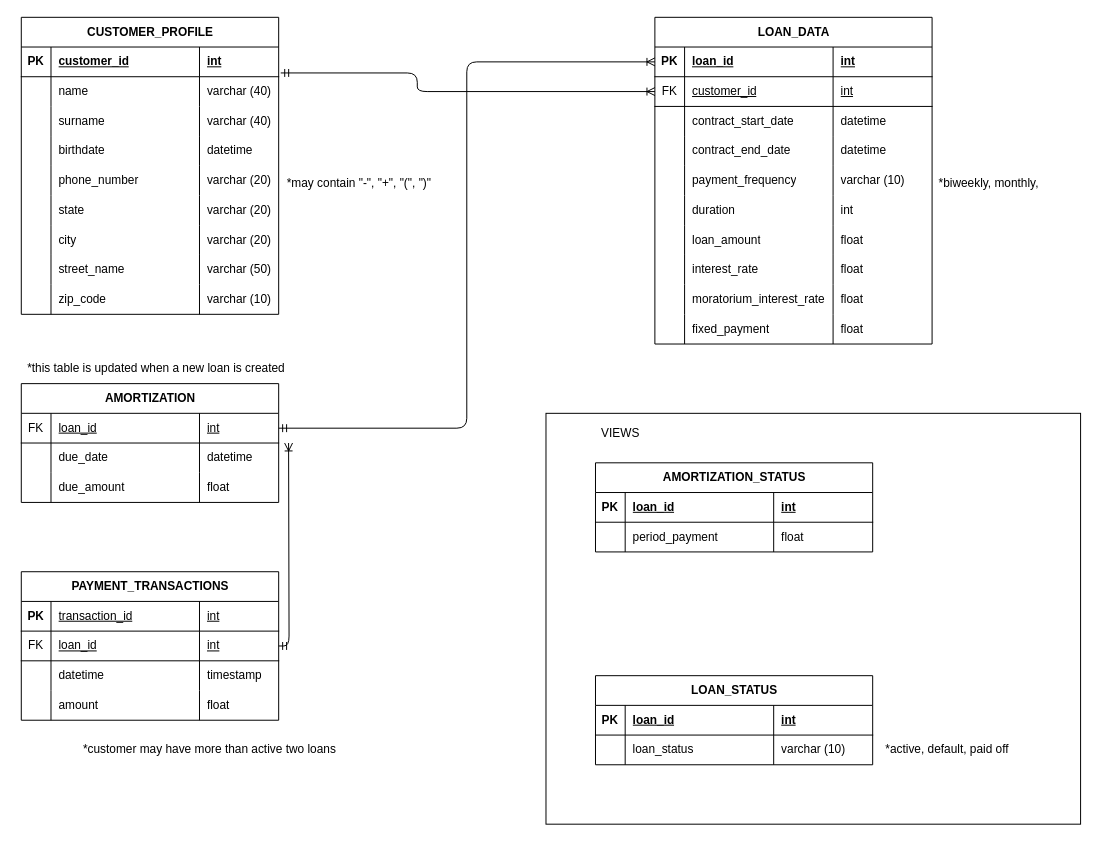
saul-soto/business-case-assessment keeps this draw.io diagram as Diagrama sin título.drawio. Above is the earlier version. Source tidied: cells renumbered, new cells numbered last; positions are measured from the earlier drawing's top-left corner, leaving out a move shared by most shapes. Both pictures are drawn from the tidied source at 99%, with x=0, y=0 at pixel (17, 17).
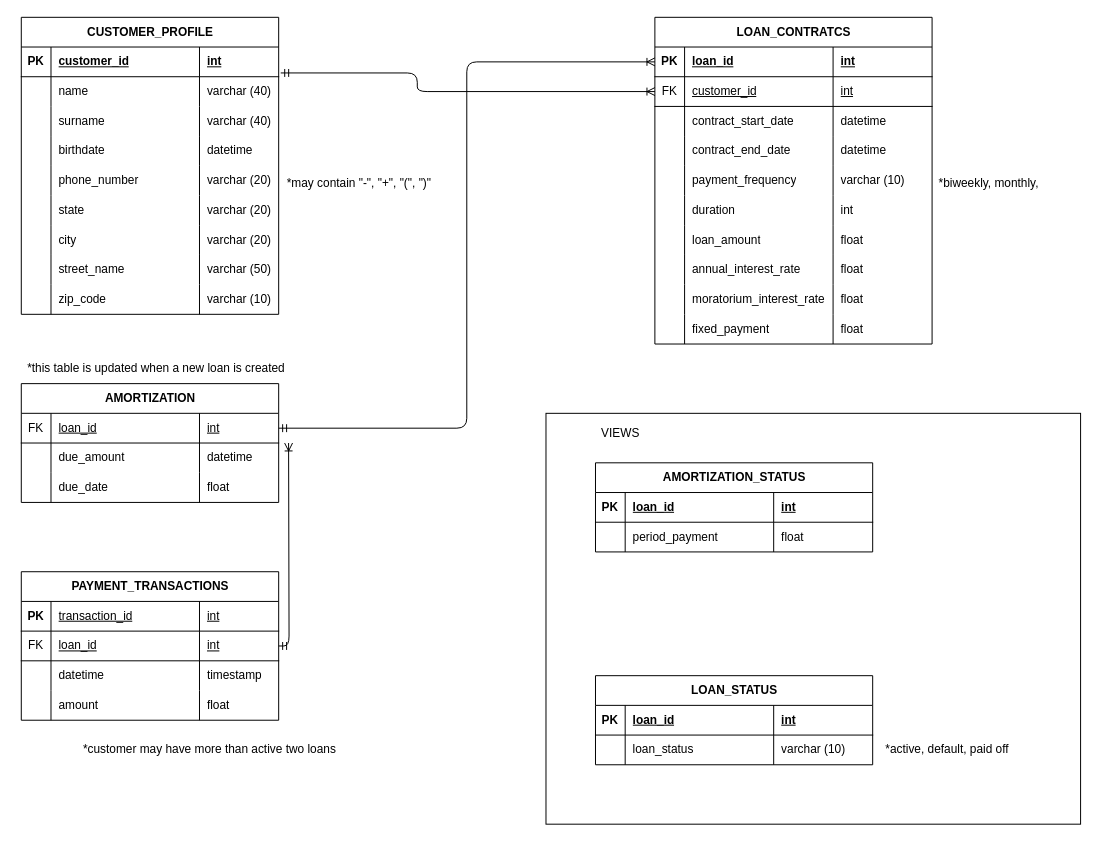
Above is the later version.

The change refers to these unchanged cells:
```xml
<mxCell id="70" style="shape=tableRow;horizontal=0;startSize=0;swimlaneHead=0;swimlaneBody=0;fillColor=none;top=0;left=0;right=0;bottom=0;" parent="41" vertex="1">
  <mxGeometry y="240" width="280" height="30" as="geometry" />
</mxCell>
<mxCell id="106" style="shape=tableRow;horizontal=0;startSize=0;swimlaneHead=0;swimlaneBody=0;fillColor=none;top=0;left=0;right=0;bottom=0;" parent="101" vertex="1">
  <mxGeometry y="60" width="260" height="30" as="geometry" />
</mxCell>
<mxCell id="110" style="shape=tableRow;horizontal=0;startSize=0;swimlaneHead=0;swimlaneBody=0;fillColor=none;top=0;left=0;right=0;bottom=0;" parent="101" vertex="1">
  <mxGeometry y="90" width="260" height="30" as="geometry" />
</mxCell>
```

Diff of the diagram source:
```diff
@@
-    <mxCell id="41" value="LOAN_DATA" style="shape=table;startSize=30;childLayout=tableLayout;rowLines=0;fontStyle=1;align=center;html=1;" parent="1" vertex="1">
+    <mxCell id="41" value="LOAN_CONTRATCS" style="shape=table;startSize=30;childLayout=tableLayout;rowLines=0;fontStyle=1;align=center;html=1;" parent="1" vertex="1">
       <mxGeometry x="644" width="280" height="330" as="geometry" />
     </mxCell>
@@
-    <mxCell id="72" value="interest_rate" style="shape=partialRectangle;fillColor=none;top=0;left=0;bottom=0;right=0;align=left;spacingLeft=6;overflow=hidden;whiteSpace=wrap;html=1;" parent="70" vertex="1">
+    <mxCell id="72" value="annual_interest_rate" style="shape=partialRectangle;fillColor=none;top=0;left=0;bottom=0;right=0;align=left;spacingLeft=6;overflow=hidden;whiteSpace=wrap;html=1;" parent="70" vertex="1">
       <mxGeometry x="30" width="150" height="30" as="geometry" />
     </mxCell>
@@
-    <mxCell id="108" value="due_date" style="shape=partialRectangle;fillColor=none;top=0;left=0;bottom=0;right=0;align=left;spacingLeft=6;overflow=hidden;whiteSpace=wrap;html=1;" parent="106" vertex="1">
+    <mxCell id="108" value="due_amount" style="shape=partialRectangle;fillColor=none;top=0;left=0;bottom=0;right=0;align=left;spacingLeft=6;overflow=hidden;whiteSpace=wrap;html=1;" parent="106" vertex="1">
       <mxGeometry x="30" width="150" height="30" as="geometry" />
     </mxCell>
@@
-    <mxCell id="112" value="due_amount" style="shape=partialRectangle;fillColor=none;top=0;left=0;bottom=0;right=0;align=left;spacingLeft=6;overflow=hidden;whiteSpace=wrap;html=1;" parent="110" vertex="1">
+    <mxCell id="112" value="due_date" style="shape=partialRectangle;fillColor=none;top=0;left=0;bottom=0;right=0;align=left;spacingLeft=6;overflow=hidden;whiteSpace=wrap;html=1;" parent="110" vertex="1">
       <mxGeometry x="30" width="150" height="30" as="geometry" />
     </mxCell>
```
